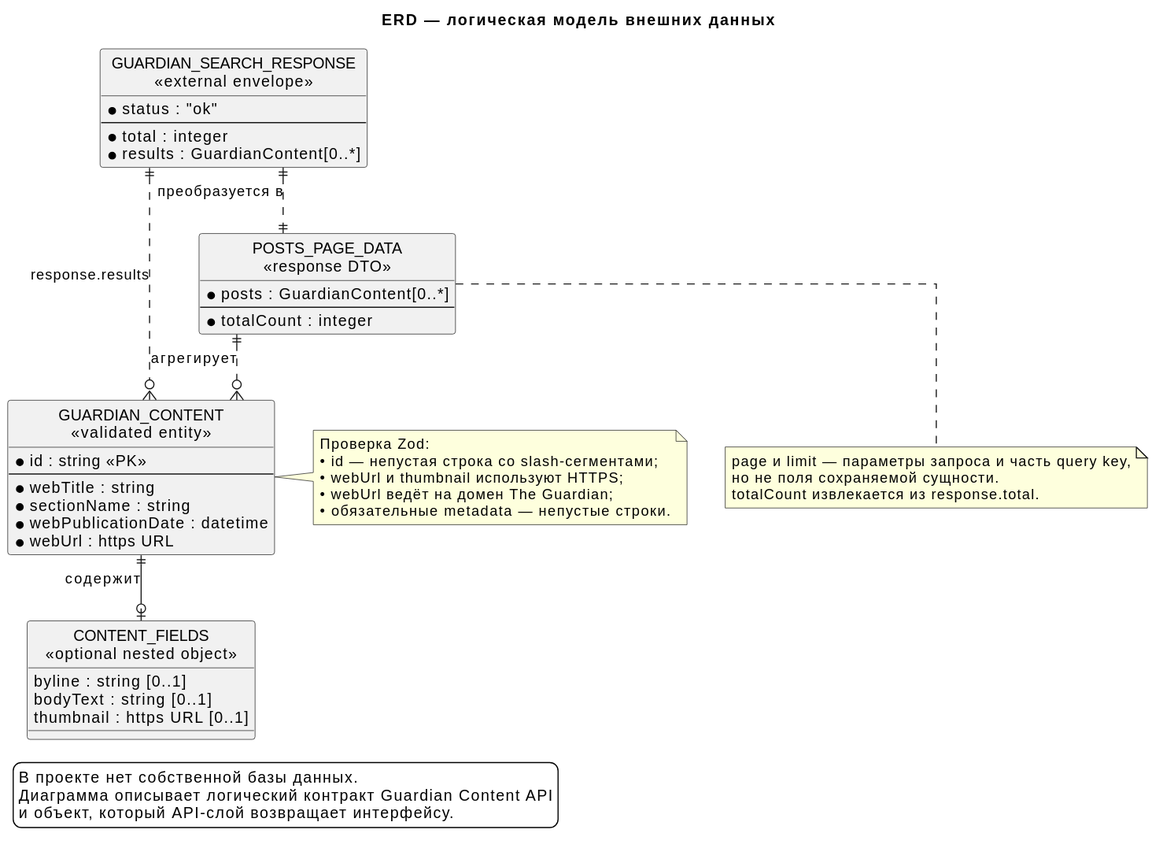
Above: docs/diagrams/erd.svg in MedeAnaCode/react-posts-explorer (PlantUML), before the change.
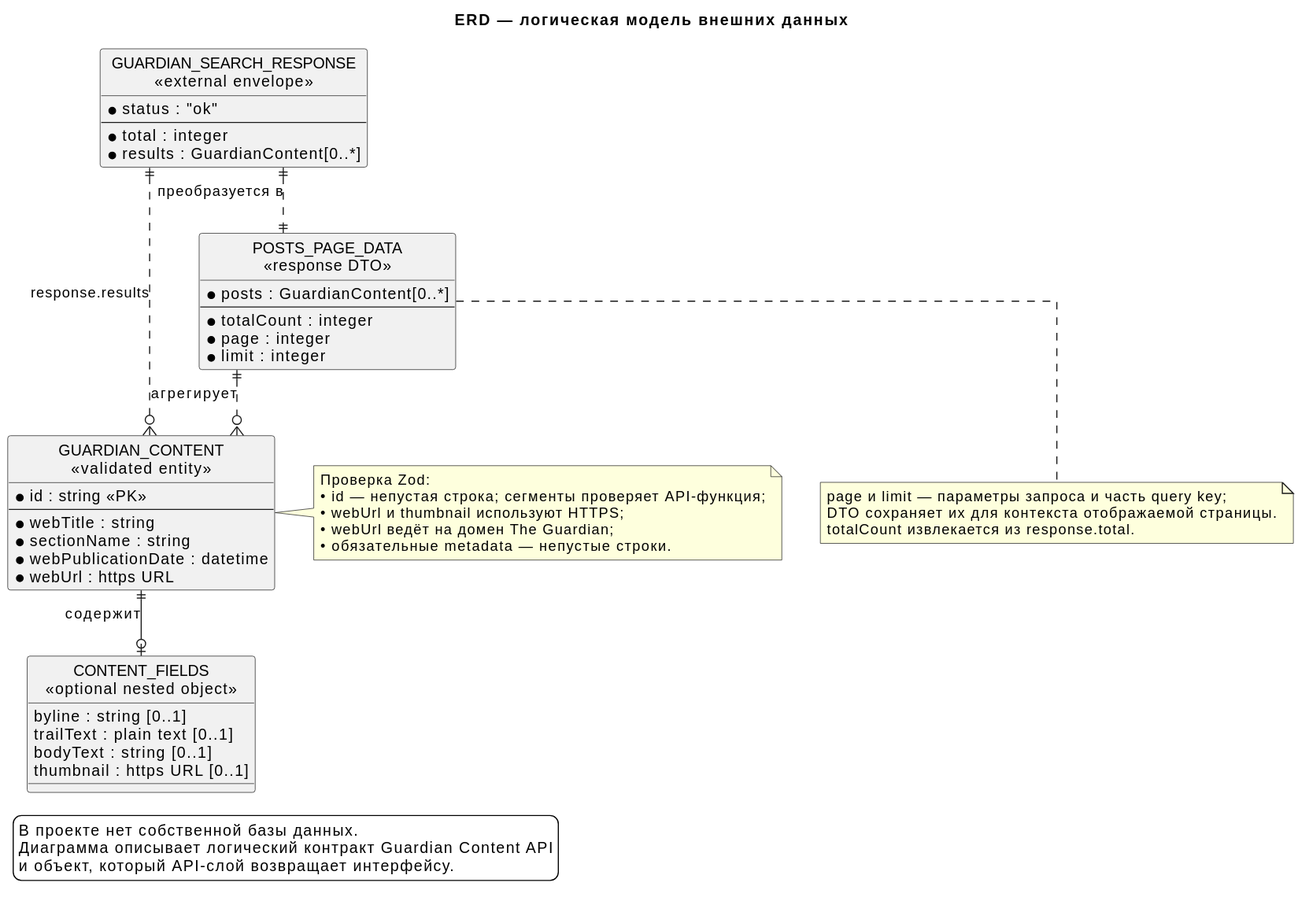
After the commit.

Change to the diagram source:
```diff
@@ -22,6 +22,7 @@
 
 entity "CONTENT_FIELDS\n<<optional nested object>>" as fields {
   byline : string [0..1]
+  trailText : plain text [0..1]
   bodyText : string [0..1]
   thumbnail : https URL [0..1]
 }
@@ -37,6 +38,8 @@
   * posts : GuardianContent[0..*]
   --
   * totalCount : integer
+  * page : integer
+  * limit : integer
 }
 
 content ||--o| fields : "содержит"
@@ -46,15 +49,15 @@
 
 note right of content
   Проверка Zod:
-  • id — непустая строка со slash-сегментами;
+  • id — непустая строка; сегменты проверяет API-функция;
   • webUrl и thumbnail используют HTTPS;
   • webUrl ведёт на домен The Guardian;
   • обязательные metadata — непустые строки.
 end note
 
 note bottom of pageData
-  page и limit — параметры запроса и часть query key,
-  но не поля сохраняемой сущности.
+  page и limit — параметры запроса и часть query key;
+  DTO сохраняет их для контекста отображаемой страницы.
   totalCount извлекается из response.total.
 end note
 
```
